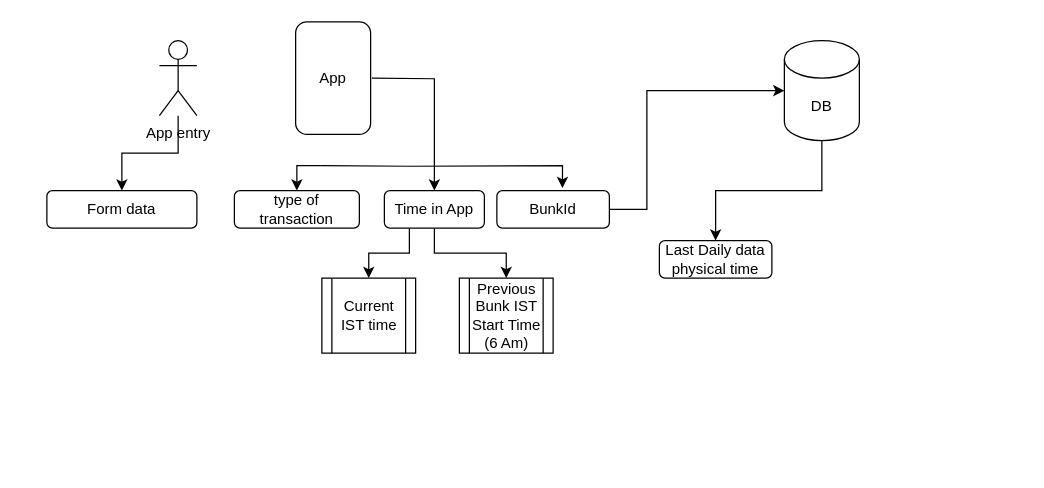
Before: Creditor_Transactions.drawio in LakshEternl/GazoLogicMap, a draw.io diagram. Source tidied: cells renumbered, new cells numbered last; positions are measured from the earlier drawing's top-left corner, leaving out a move shared by most shapes. Both pictures are drawn from the tidied source at 125%, with x=0, y=0 at pixel (46, 21).
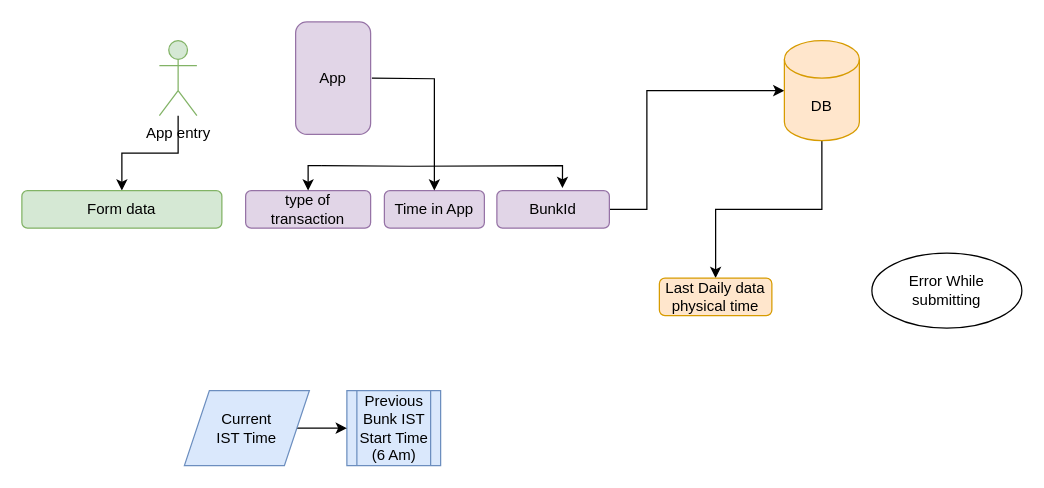
The same diagram, later.

The edit, as a diff of the source:
```diff
@@
-    <mxCell id="2" value="type of transaction" style="rounded=1;whiteSpace=wrap;html=1;" parent="1" vertex="1">
-      <mxGeometry x="150" y="135" width="100" height="30" as="geometry" />
+    <mxCell id="2" value="type of transaction" style="rounded=1;whiteSpace=wrap;html=1;fillColor=#e1d5e7;strokeColor=#9673a6;" parent="1" vertex="1">
+      <mxGeometry x="159" y="135" width="100" height="30" as="geometry" />
     </mxCell>
-    <mxCell id="3" style="edgeStyle=orthogonalEdgeStyle;rounded=0;jettySize=auto;html=1;exitX=0.25;exitY=1;exitDx=0;exitDy=0;entryX=0.5;entryY=0;entryDx=0;entryDy=0;" parent="1" edge="1" source="5" target="8">
-      <mxGeometry relative="1" as="geometry" />
-    </mxCell>
-    <mxCell id="4" style="edgeStyle=orthogonalEdgeStyle;rounded=0;jettySize=auto;html=1;exitX=0.5;exitY=1;exitDx=0;exitDy=0;entryX=0.5;entryY=0;entryDx=0;entryDy=0;" parent="1" edge="1" source="5" target="9">
-      <mxGeometry relative="1" as="geometry" />
-    </mxCell>
-    <mxCell id="5" value="Time in App" style="rounded=1;whiteSpace=wrap;html=1;" parent="1" vertex="1">
+    <mxCell id="5" value="Time in App" style="rounded=1;whiteSpace=wrap;html=1;fillColor=#e1d5e7;strokeColor=#9673a6;" parent="1" vertex="1">
       <mxGeometry x="270" y="135" width="80" height="30" as="geometry" />
     </mxCell>
@@
-    <mxCell id="7" value="BunkId" style="rounded=1;whiteSpace=wrap;html=1;" parent="1" vertex="1">
+    <mxCell id="7" value="BunkId" style="rounded=1;whiteSpace=wrap;html=1;fillColor=#e1d5e7;strokeColor=#9673a6;" parent="1" vertex="1">
       <mxGeometry x="360" y="135" width="90" height="30" as="geometry" />
     </mxCell>
-    <mxCell id="8" value="&lt;div&gt;Current IST time&lt;/div&gt;" style="shape=process;whiteSpace=wrap;html=1;backgroundOutline=1;" parent="1" vertex="1">
-      <mxGeometry x="220" y="205" width="75" height="60" as="geometry" />
-    </mxCell>
-    <mxCell id="9" value="&lt;div&gt;Previous Bunk IST &lt;br&gt;&lt;/div&gt;&lt;div&gt;Start Time &lt;/div&gt;(6 Am)" style="shape=process;whiteSpace=wrap;html=1;backgroundOutline=1;" parent="1" vertex="1">
-      <mxGeometry x="330" y="205" width="75" height="60" as="geometry" />
+    <mxCell id="9" value="&lt;div&gt;Previous Bunk IST &lt;br&gt;&lt;/div&gt;&lt;div&gt;Start Time &lt;/div&gt;(6 Am)" style="shape=process;whiteSpace=wrap;html=1;backgroundOutline=1;fillColor=#dae8fc;strokeColor=#6c8ebf;" parent="1" vertex="1">
+      <mxGeometry x="240" y="295" width="75" height="60" as="geometry" />
     </mxCell>
@@
-    <mxCell id="11" value="DB" style="shape=cylinder3;whiteSpace=wrap;html=1;boundedLbl=1;backgroundOutline=1;size=15;" parent="1" vertex="1">
+    <mxCell id="11" value="DB" style="shape=cylinder3;whiteSpace=wrap;html=1;boundedLbl=1;backgroundOutline=1;size=15;fillColor=#ffe6cc;strokeColor=#d79b00;" parent="1" vertex="1">
       <mxGeometry x="590" y="15" width="60" height="80" as="geometry" />
     </mxCell>
@@
-    <mxCell id="16" value="App entry" style="shape=umlActor;verticalLabelPosition=bottom;verticalAlign=top;html=1;outlineConnect=0;" parent="1" vertex="1">
+    <mxCell id="16" value="App entry" style="shape=umlActor;verticalLabelPosition=bottom;verticalAlign=top;html=1;outlineConnect=0;fillColor=#d5e8d4;strokeColor=#82b366;" parent="1" vertex="1">
       <mxGeometry x="90" y="15" width="30" height="60" as="geometry" />
     </mxCell>
-    <mxCell id="17" value="Last Daily data physical time" style="rounded=1;whiteSpace=wrap;html=1;" parent="1" vertex="1">
-      <mxGeometry x="490" y="175" width="90" height="30" as="geometry" />
+    <mxCell id="17" value="Last Daily data physical time" style="rounded=1;whiteSpace=wrap;html=1;fillColor=#ffe6cc;strokeColor=#d79b00;" parent="1" vertex="1">
+      <mxGeometry x="490" y="205" width="90" height="30" as="geometry" />
     </mxCell>
-    <mxCell id="18" value="Form data" style="rounded=1;whiteSpace=wrap;html=1;" parent="1" vertex="1">
-      <mxGeometry y="135" width="120" height="30" as="geometry" />
+    <mxCell id="18" value="Form data" style="rounded=1;whiteSpace=wrap;html=1;fillColor=#d5e8d4;strokeColor=#82b366;" parent="1" vertex="1">
+      <mxGeometry x="-20" y="135" width="160" height="30" as="geometry" />
     </mxCell>
-    <mxCell id="19" value="App" style="rounded=1;whiteSpace=wrap;html=1;" parent="1" vertex="1">
+    <mxCell id="19" value="App" style="rounded=1;whiteSpace=wrap;html=1;fillColor=#e1d5e7;strokeColor=#9673a6;" parent="1" vertex="1">
       <mxGeometry x="199" width="60" height="90" as="geometry" />
     </mxCell>
+    <mxCell id="20" value="&lt;div&gt;Error While &lt;br&gt;&lt;/div&gt;&lt;div&gt;submitting&lt;/div&gt;" style="ellipse;whiteSpace=wrap;html=1;" parent="1" vertex="1">
+      <mxGeometry x="660" y="185" width="120" height="60" as="geometry" />
+    </mxCell>
+    <mxCell id="21" style="edgeStyle=orthogonalEdgeStyle;rounded=0;jettySize=auto;html=1;entryX=0;entryY=0.5;entryDx=0;entryDy=0;" parent="1" edge="1" source="22" target="9">
+      <mxGeometry relative="1" as="geometry" />
+    </mxCell>
+    <mxCell id="22" value="Current &lt;br&gt;IST Time" style="shape=parallelogram;perimeter=parallelogramPerimeter;whiteSpace=wrap;html=1;fixedSize=1;fillColor=#dae8fc;strokeColor=#6c8ebf;" parent="1" vertex="1">
+      <mxGeometry x="110" y="295" width="100" height="60" as="geometry" />
+    </mxCell>
```
